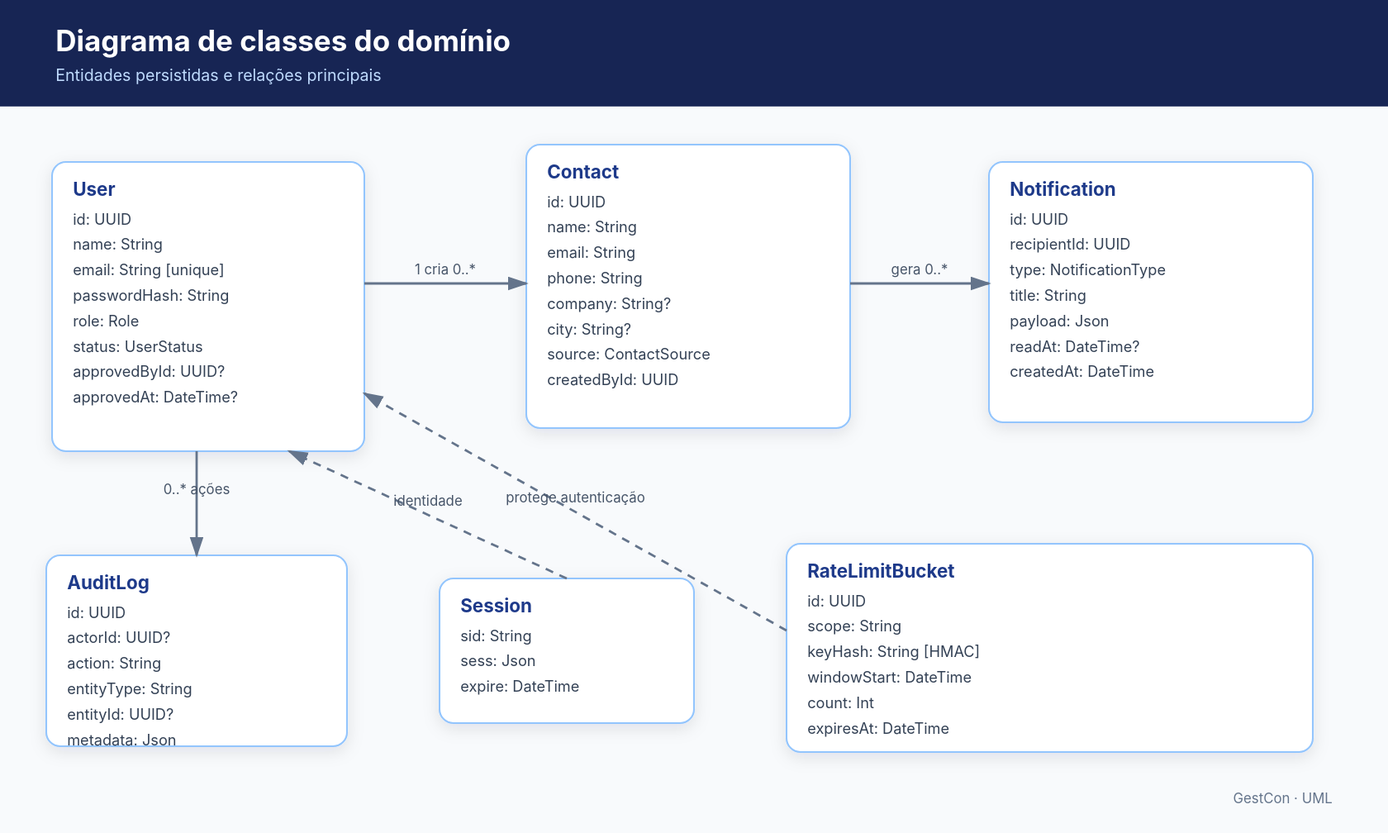
The PlantUML diagram docs/assets/uml/domain-classes.svg in Gui-SBarbosa/Plataforma-Gestao-de-Contatos, before a commit. Its source is kept beside it as docs/uml/domain-classes.puml. The source it was exported from:
```plantuml
@startuml
hide methods
class User {
  +UUID id
  +String name
  +String email
  -String passwordHash
  +Role role
  +UserStatus status
  +UUID approvedById
  +DateTime approvedAt
  +DateTime createdAt
}
class Contact {
  +UUID id
  +String name
  +String email
  +String phone
  +String company
  +String city
  +ContactSource source
  +UUID createdById
  +DateTime createdAt
}
class Notification {
  +UUID id
  +UUID recipientId
  +NotificationType type
  +String title
  +Json payload
  +DateTime readAt
  +DateTime createdAt
}
class AuditLog {
  +UUID id
  +UUID actorId
  +String action
  +String entityType
  +UUID entityId
  +Json metadata
  +DateTime createdAt
}
class Session {
  +String sid
  +Json sess
  +DateTime expire
}
class RateLimitBucket {
  +UUID id
  +String scope
  +String keyHash
  +DateTime windowStart
  +Int count
  +DateTime expiresAt
}

User "1" -- "0..*" Contact : creates
User "1" -- "0..*" Notification : receives
User "0..1" -- "0..*" AuditLog : performs
User "0..1" -- "0..*" User : approves
Session ..> User : contains identity
RateLimitBucket ..> User : protects authentication
@enduml
```
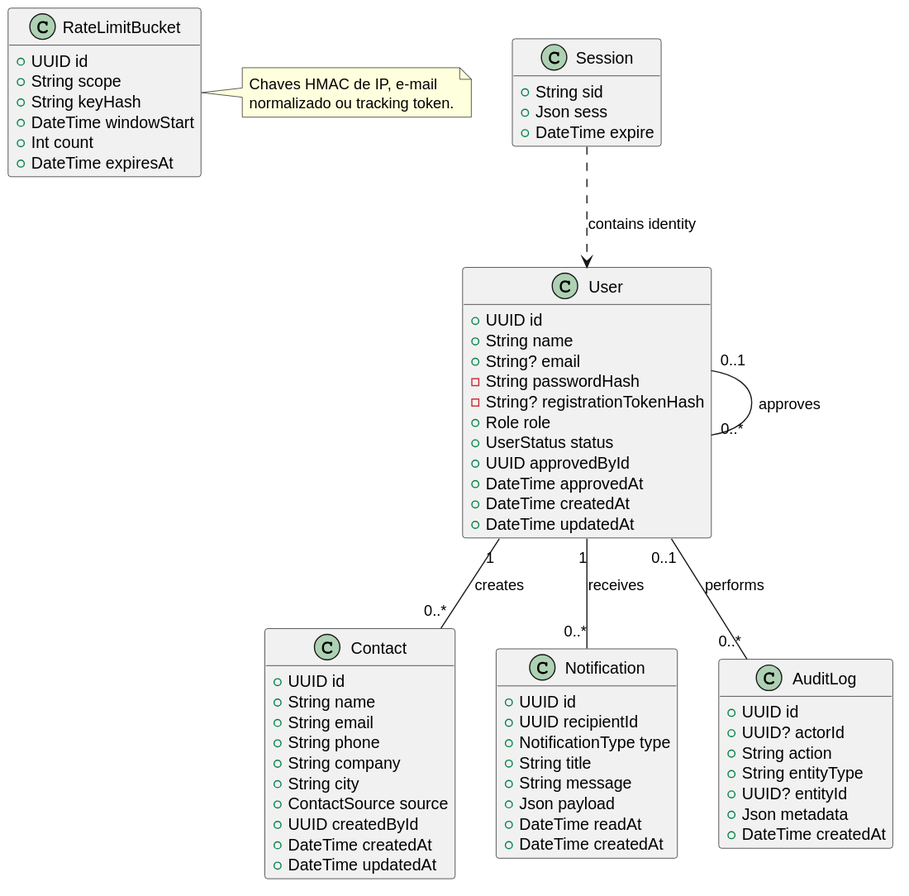
Later version of the same file.

Diff of the diagram source:
```diff
@@ -3,13 +3,15 @@
 class User {
   +UUID id
   +String name
-  +String email
+  +String? email
   -String passwordHash
+  -String? registrationTokenHash
   +Role role
   +UserStatus status
   +UUID approvedById
   +DateTime approvedAt
   +DateTime createdAt
+  +DateTime updatedAt
 }
 class Contact {
   +UUID id
@@ -21,22 +23,24 @@
   +ContactSource source
   +UUID createdById
   +DateTime createdAt
+  +DateTime updatedAt
 }
 class Notification {
   +UUID id
   +UUID recipientId
   +NotificationType type
   +String title
+  +String message
   +Json payload
   +DateTime readAt
   +DateTime createdAt
 }
 class AuditLog {
   +UUID id
-  +UUID actorId
+  +UUID? actorId
   +String action
   +String entityType
-  +UUID entityId
+  +UUID? entityId
   +Json metadata
   +DateTime createdAt
 }
@@ -59,5 +63,8 @@
 User "0..1" -- "0..*" AuditLog : performs
 User "0..1" -- "0..*" User : approves
 Session ..> User : contains identity
-RateLimitBucket ..> User : protects authentication
+note right of RateLimitBucket
+  Chaves HMAC de IP, e-mail
+  normalizado ou tracking token.
+end note
 @enduml
```
